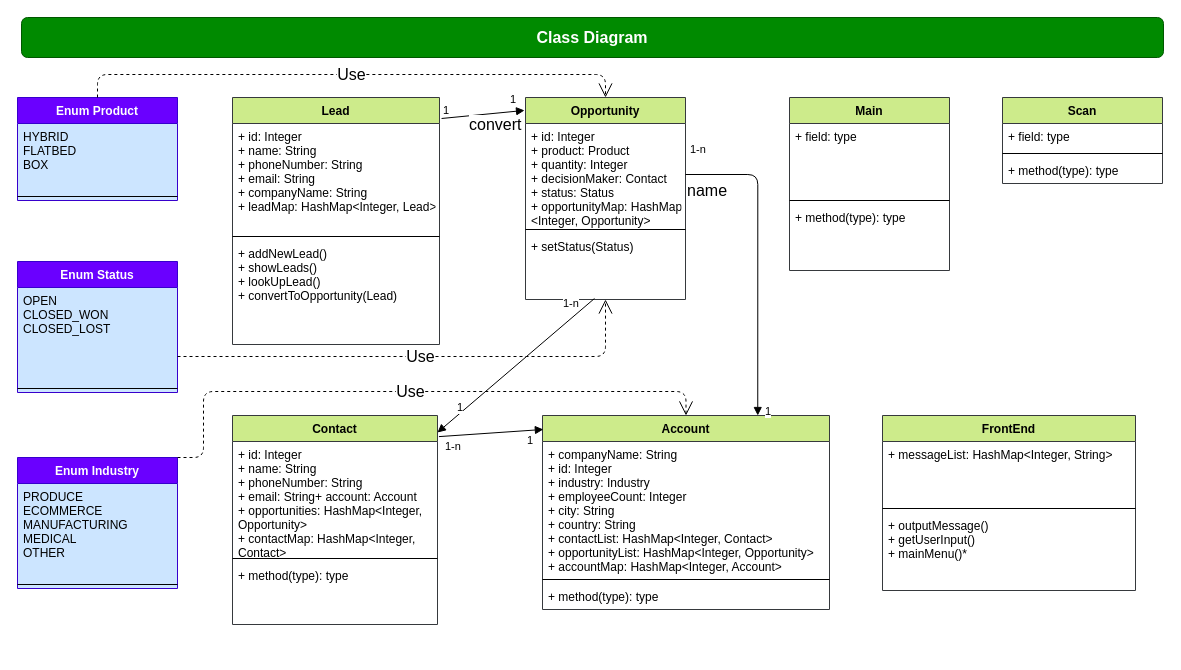
This is docs/ClassDiagram_CRM.drawio from kemilk/leanCRM, a draw.io file, before an edit. Source tidied: cells renumbered, new cells numbered last; positions are measured from the earlier drawing's top-left corner, leaving out a move shared by most shapes. Both pictures are drawn from the tidied source at 100%, with x=0, y=0 at pixel (17, 17).
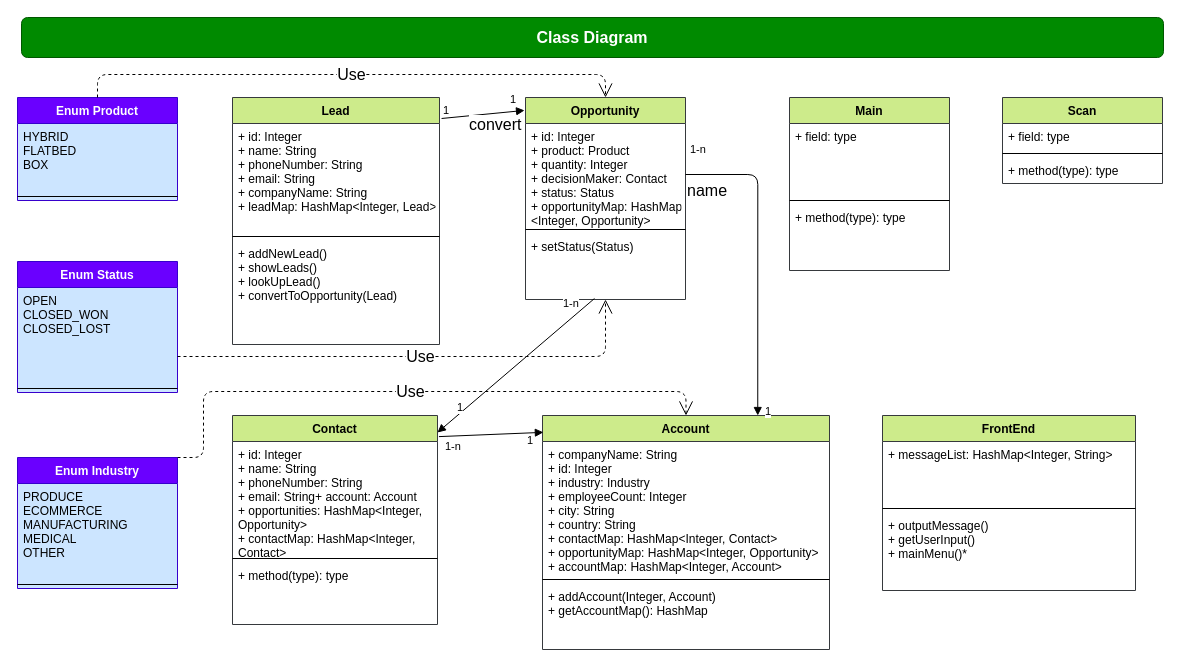
After the change.

Commit message:
Updatet ClassDiagram zur Account Class

Change to the diagram source:
```diff
@@
     <mxCell id="17" value="Account" style="swimlane;fontStyle=1;align=center;verticalAlign=top;horizontal=1;startSize=26;fillColor=#cdeb8b;strokeColor=#36393d;" parent="1" vertex="1">
-      <mxGeometry x="525" y="398" width="287" height="194" as="geometry" />
+      <mxGeometry x="525" y="398" width="287" height="234" as="geometry" />
     </mxCell>
-    <mxCell id="18" value="+ companyName: String&#10;+ id: Integer&#10;+ industry: Industry&#10;+ employeeCount: Integer&#10;+ city: String&#10;+ country: String&#10;+ contactList: HashMap&lt;Integer, Contact&gt;&#10;+ opportunityList: HashMap&lt;Integer, Opportunity&gt;&#10;+ accountMap: HashMap&lt;Integer, Account&gt;&#10;&#10;&#10;" style="text;strokeColor=none;fillColor=none;align=left;verticalAlign=top;spacingLeft=4;spacingRight=4;overflow=hidden;" parent="17" vertex="1">
+    <mxCell id="18" value="+ companyName: String&#10;+ id: Integer&#10;+ industry: Industry&#10;+ employeeCount: Integer&#10;+ city: String&#10;+ country: String&#10;+ contactMap: HashMap&lt;Integer, Contact&gt;&#10;+ opportunityMap: HashMap&lt;Integer, Opportunity&gt;&#10;+ accountMap: HashMap&lt;Integer, Account&gt;" style="text;strokeColor=none;fillColor=none;align=left;verticalAlign=top;spacingLeft=4;spacingRight=4;overflow=hidden;" parent="17" vertex="1">
       <mxGeometry y="26" width="287" height="134" as="geometry" />
     </mxCell>
@@
-    <mxCell id="20" value="+ method(type): type" style="text;strokeColor=none;fillColor=none;align=left;verticalAlign=top;spacingLeft=4;spacingRight=4;overflow=hidden;" parent="17" vertex="1">
-      <mxGeometry y="168" width="287" height="26" as="geometry" />
+    <mxCell id="20" value="+ addAccount(Integer, Account)&#10;+ getAccountMap(): HashMap&#10;" style="text;strokeColor=none;fillColor=none;align=left;verticalAlign=top;spacingLeft=4;spacingRight=4;overflow=hidden;" parent="17" vertex="1">
+      <mxGeometry y="168" width="287" height="66" as="geometry" />
     </mxCell>
```
